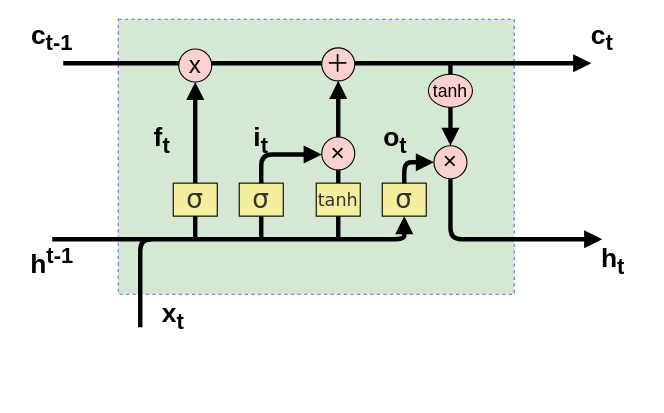
This is Untitled Diagram.drawio from abdzhangzeyu/draw.io, a draw.io file, before an edit. Source tidied: cells renumbered, new cells numbered last; positions are measured from the earlier drawing's top-left corner, leaving out a move shared by most shapes. Both pictures are drawn from the tidied source at 110%, with x=0, y=0 at pixel (19, 19).
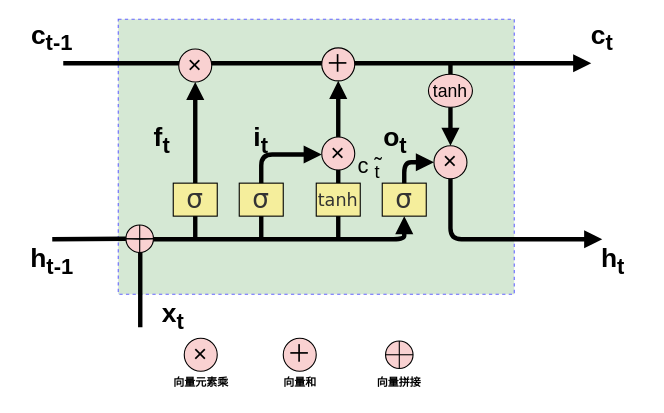
Above is the later version.

What changed in the source:
```diff
@@
-    <mxCell id="8" value="&lt;font style=&quot;font-size: 22px&quot;&gt;x&lt;/font&gt;" style="ellipse;whiteSpace=wrap;html=1;strokeColor=#000000;strokeWidth=1;fillColor=#F9D1D1;" parent="1" vertex="1">
+    <mxCell id="8" value="&lt;span style=&quot;font-size: 22px&quot;&gt;×&lt;/span&gt;" style="ellipse;whiteSpace=wrap;html=1;strokeColor=#000000;strokeWidth=1;fillColor=#F9D1D1;" parent="1" vertex="1">
       <mxGeometry x="145" y="27" width="30" height="30" as="geometry" />
     </mxCell>
-    <mxCell id="9" style="endArrow=none;html=1;strokeWidth=4;" parent="1" edge="1">
+    <mxCell id="9" style="endArrow=none;html=1;strokeWidth=4;" parent="1" edge="1" source="34">
       <mxGeometry relative="1" as="geometry">
-        <mxPoint x="30" y="200" as="sourcePoint" />
         <mxPoint x="120" y="200" as="targetPoint" />
       </mxGeometry>
     </mxCell>
@@
-    <mxCell id="11" value="&lt;font face=&quot;cambria math&quot;&gt;&lt;span style=&quot;font-size: 24px&quot;&gt;&lt;b&gt;h&lt;sup&gt;t-1&lt;/sup&gt;&lt;/b&gt;&lt;/span&gt;&lt;/font&gt;" style="text;html=1;strokeColor=none;fillColor=none;align=center;verticalAlign=middle;whiteSpace=wrap;rounded=0;sketch=0;" parent="1" vertex="1">
+    <mxCell id="11" value="&lt;font face=&quot;cambria math&quot;&gt;&lt;span style=&quot;font-size: 24px&quot;&gt;&lt;b&gt;h&lt;sub&gt;t-1&lt;/sub&gt;&lt;/b&gt;&lt;/span&gt;&lt;/font&gt;" style="text;html=1;strokeColor=none;fillColor=none;align=center;verticalAlign=middle;whiteSpace=wrap;rounded=0;sketch=0;" parent="1" vertex="1">
       <mxGeometry y="210" width="60" height="20" as="geometry" />
     </mxCell>
@@
+    <mxCell id="34" style="ellipse;whiteSpace=wrap;html=1;strokeColor=#000000;strokeWidth=1;fillColor=#F9D1D1;" parent="1" vertex="1">
+      <mxGeometry x="97" y="187" width="25" height="25" as="geometry" />
+    </mxCell>
+    <mxCell id="35" style="endArrow=none;html=1;strokeWidth=4;entryX=0;entryY=0.5;entryDx=0;entryDy=0;" parent="1" edge="1" target="34">
+      <mxGeometry relative="1" as="geometry">
+        <mxPoint x="30" y="200" as="sourcePoint" />
+      </mxGeometry>
+    </mxCell>
+    <mxCell id="36" style="endArrow=none;html=1;strokeWidth=1;exitX=0;exitY=0.5;exitDx=0;exitDy=0;entryX=1;entryY=0.5;entryDx=0;entryDy=0;" parent="1" edge="1" source="34" target="34">
+      <mxGeometry relative="1" as="geometry" />
+    </mxCell>
+    <mxCell id="37" style="endArrow=none;html=1;strokeWidth=1;exitX=0.5;exitY=0;exitDx=0;exitDy=0;entryX=0.5;entryY=1;entryDx=0;entryDy=0;" parent="1" edge="1" source="34" target="34">
+      <mxGeometry relative="1" as="geometry" />
+    </mxCell>
+    <mxCell id="38" style="endArrow=none;html=1;strokeWidth=1;exitX=0;exitY=0.5;exitDx=0;exitDy=0;entryX=1;entryY=0.5;entryDx=0;entryDy=0;" parent="1" edge="1" source="34" target="34">
+      <mxGeometry relative="1" as="geometry">
+        <Array as="points">
+          <mxPoint x="110" y="200" />
+        </Array>
+      </mxGeometry>
+    </mxCell>
+    <mxCell id="39" value="&lt;span style=&quot;font-size: 22px&quot;&gt;×&lt;/span&gt;" style="ellipse;whiteSpace=wrap;html=1;strokeColor=#000000;strokeWidth=1;fillColor=#F9D1D1;" parent="1" vertex="1">
+      <mxGeometry x="150" y="290" width="30" height="30" as="geometry" />
+    </mxCell>
+    <mxCell id="40" value="&lt;span style=&quot;font-size: 22px&quot;&gt;＋&lt;/span&gt;" style="ellipse;whiteSpace=wrap;html=1;strokeColor=#000000;strokeWidth=1;fillColor=#F9D1D1;" parent="1" vertex="1">
+      <mxGeometry x="240" y="290" width="30" height="30" as="geometry" />
+    </mxCell>
+    <mxCell id="41" style="ellipse;whiteSpace=wrap;html=1;strokeColor=#000000;strokeWidth=1;fillColor=#F9D1D1;" parent="1" vertex="1">
+      <mxGeometry x="333" y="292.5" width="25" height="25" as="geometry" />
+    </mxCell>
+    <mxCell id="42" style="endArrow=none;html=1;strokeWidth=1;exitX=0;exitY=0.5;exitDx=0;exitDy=0;entryX=1;entryY=0.5;entryDx=0;entryDy=0;" parent="1" edge="1" source="41" target="41">
+      <mxGeometry relative="1" as="geometry" />
+    </mxCell>
+    <mxCell id="43" style="endArrow=none;html=1;strokeWidth=1;exitX=0.5;exitY=0;exitDx=0;exitDy=0;entryX=0.5;entryY=1;entryDx=0;entryDy=0;" parent="1" edge="1" source="41" target="41">
+      <mxGeometry relative="1" as="geometry" />
+    </mxCell>
+    <mxCell id="44" value="&lt;font face=&quot;cambria math&quot; size=&quot;1&quot;&gt;&lt;b style=&quot;font-size: 10px&quot;&gt;向量元素乘&lt;/b&gt;&lt;/font&gt;" style="text;html=1;strokeColor=none;fillColor=none;align=center;verticalAlign=middle;whiteSpace=wrap;rounded=0;sketch=0;" parent="1" vertex="1">
+      <mxGeometry x="132.5" y="320" width="65" height="20" as="geometry" />
+    </mxCell>
+    <mxCell id="45" value="&lt;font face=&quot;cambria math&quot;&gt;&lt;span style=&quot;font-size: 10px&quot;&gt;&lt;b&gt;向量和&lt;/b&gt;&lt;/span&gt;&lt;/font&gt;" style="text;html=1;strokeColor=none;fillColor=none;align=center;verticalAlign=middle;whiteSpace=wrap;rounded=0;sketch=0;" parent="1" vertex="1">
+      <mxGeometry x="222.5" y="320" width="65" height="20" as="geometry" />
+    </mxCell>
+    <mxCell id="46" value="&lt;font face=&quot;cambria math&quot;&gt;&lt;span style=&quot;font-size: 10px&quot;&gt;&lt;b&gt;向量拼接&lt;/b&gt;&lt;/span&gt;&lt;/font&gt;" style="text;html=1;strokeColor=none;fillColor=none;align=center;verticalAlign=middle;whiteSpace=wrap;rounded=0;sketch=0;" parent="1" vertex="1">
+      <mxGeometry x="313" y="320" width="65" height="20" as="geometry" />
+    </mxCell>
+    <mxCell id="47" value="&lt;font style=&quot;font-size: 20px&quot;&gt;c&amp;nbsp;̃&lt;sub&gt;t&lt;/sub&gt;&lt;/font&gt;" style="text;html=1;strokeColor=none;fillColor=none;align=center;verticalAlign=middle;whiteSpace=wrap;rounded=0;sketch=0;" parent="1" vertex="1">
+      <mxGeometry x="287.5" y="125" width="60" height="20" as="geometry" />
+    </mxCell>
```
